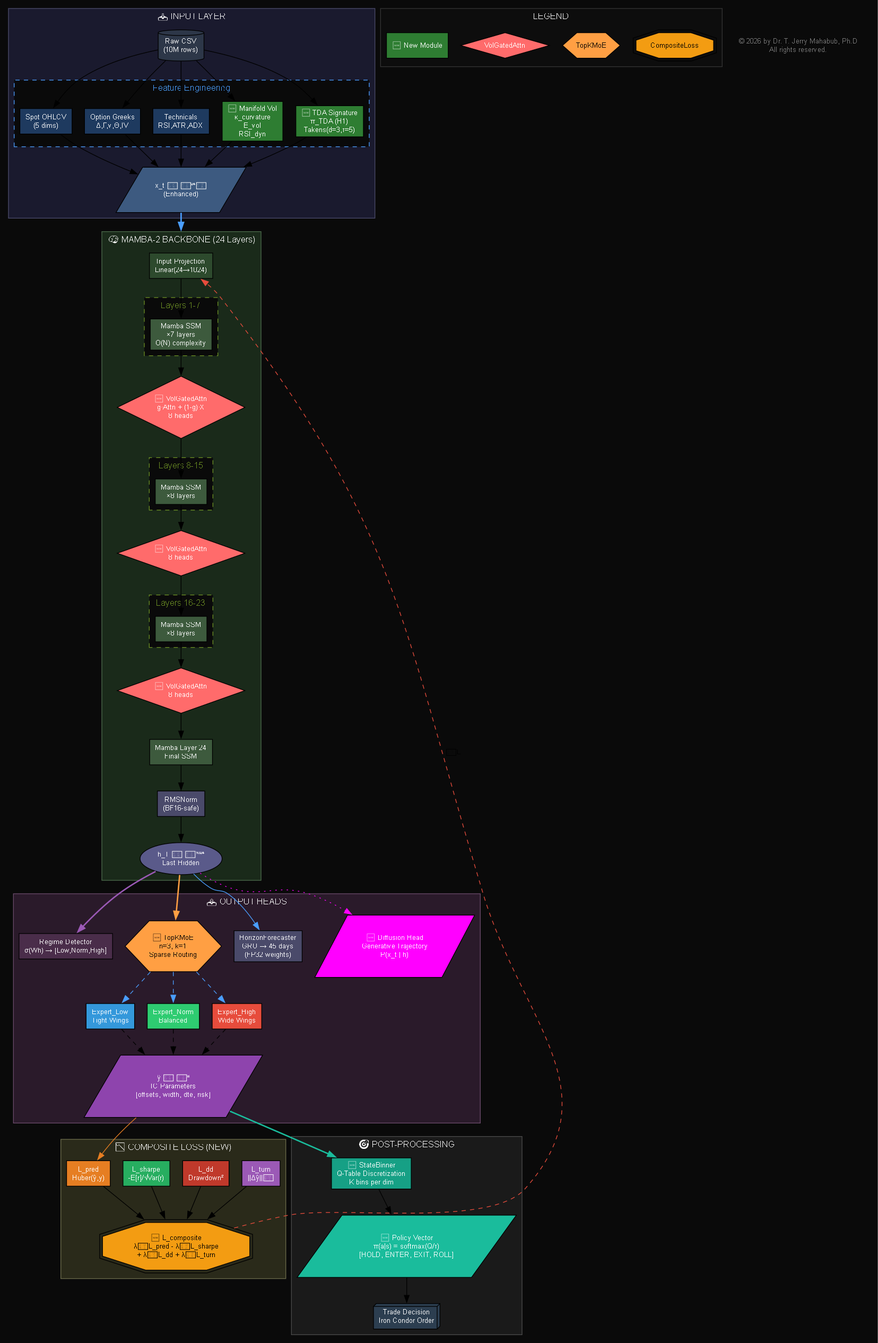
Earlier version of the Graphviz export docs/architecture/enhanced_architecture.png (trextrader/spy-iron-condor-trading). Its source is kept beside it as docs/architecture/enhanced_architecture.dot.
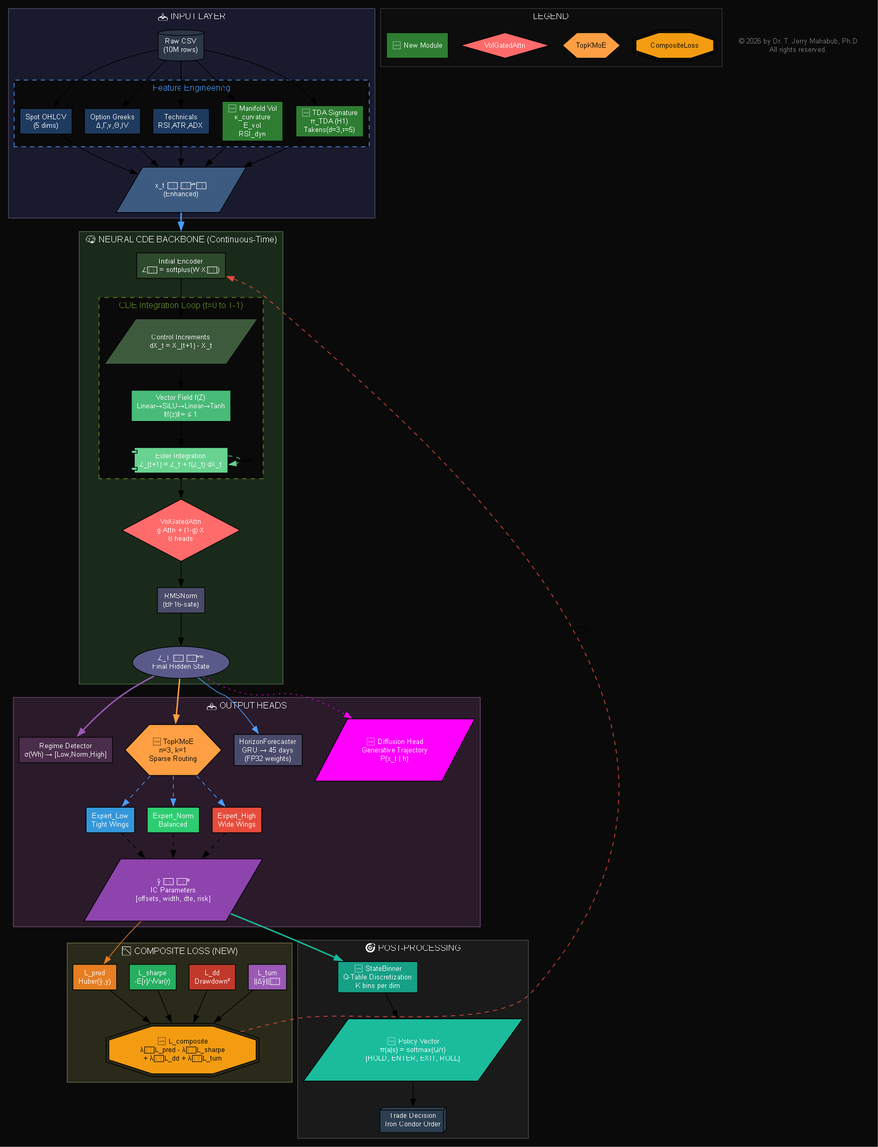
Above is the later version.

What changed in the source:
```diff
@@ -1,6 +1,6 @@
 /*
- * CondorBrain Enhanced Architecture (v2.2)
- * Technical Graphviz Diagram - Model Training Pipeline with Advanced Enhancements
+ * CondorBrain Enhanced Architecture (v3.0 - Neural CDE)
+ * Technical Graphviz Diagram - Model Training Pipeline with Neural CDE Backbone
  *
  * Compile: dot -Tpng enhanced_architecture.dot -o enhanced_architecture.png
  */
@@ -54,61 +54,39 @@
     }
 
     subgraph cluster_backbone {
-        label="🧠 MAMBA-2 BACKBONE (24 Layers)";
+        label="🧠 NEURAL CDE BACKBONE (Continuous-Time)";
         style=filled;
         fillcolor="#1a2a1a";
         fontcolor=white;
         color="#4a6a4a";
 
-        input_proj [label="Input Projection\nLinear(24→1024)", shape=box, fillcolor="#2d4a2d", style=filled, fontcolor=white];
+        init_encoder [label="Initial Encoder\nZ₀ = softplus(W·X₀)", shape=box, fillcolor="#2d4a2d", style=filled, fontcolor=white];
 
-        subgraph cluster_layers_1_7 {
-            label="Layers 1-7";
+        subgraph cluster_cde_loop {
+            label="CDE Integration Loop (t=0 to T-1)";
             style=dashed;
             color="#6b8e23";
             fontcolor="#6b8e23";
 
-            mamba_1_7 [label="Mamba SSM\n×7 layers\nO(N) complexity", shape=box, fillcolor="#3d5a3d", style=filled, fontcolor=white];
+            control_incr [label="Control Increments\ndX_t = X_{t+1} - X_t", shape=parallelogram, fillcolor="#3d5a3d", style=filled, fontcolor=white];
+
+            vec_field [label="Vector Field f(Z)\nLinear→SiLU→Linear→Tanh\n‖f(z)‖∞ ≤ 1", shape=box, fillcolor="#48bb78", style=filled, fontcolor=white];
+
+            euler_step [label="Euler Integration\nZ_{t+1} = Z_t + f(Z_t)·dX_t", shape=component, fillcolor="#68d391", style=filled, fontcolor=white];
         }
 
-        vol_attn_1 [label="🆕 VolGatedAttn\ng·Attn + (1-g)·X\n8 heads", shape=diamond, fillcolor="#ff6b6b", style=filled, fontcolor=white];
-
-        subgraph cluster_layers_8_15 {
-            label="Layers 8-15";
-            style=dashed;
-            color="#6b8e23";
-            fontcolor="#6b8e23";
-
-            mamba_8_15 [label="Mamba SSM\n×8 layers", shape=box, fillcolor="#3d5a3d", style=filled, fontcolor=white];
-        }
-
-        vol_attn_2 [label="🆕 VolGatedAttn\n8 heads", shape=diamond, fillcolor="#ff6b6b", style=filled, fontcolor=white];
-
-        subgraph cluster_layers_16_23 {
-            label="Layers 16-23";
-            style=dashed;
-            color="#6b8e23";
-            fontcolor="#6b8e23";
-
-            mamba_16_23 [label="Mamba SSM\n×8 layers", shape=box, fillcolor="#3d5a3d", style=filled, fontcolor=white];
-        }
-
-        vol_attn_3 [label="🆕 VolGatedAttn\n8 heads", shape=diamond, fillcolor="#ff6b6b", style=filled, fontcolor=white];
-
-        mamba_24 [label="Mamba Layer 24\nFinal SSM", shape=box, fillcolor="#3d5a3d", style=filled, fontcolor=white];
+        vol_attn_1 [label="VolGatedAttn\ng·Attn + (1-g)·X\n8 heads", shape=diamond, fillcolor="#ff6b6b", style=filled, fontcolor=white];
 
         rms_norm [label="RMSNorm\n(BF16-safe)", shape=box, fillcolor="#4a4a6a", style=filled, fontcolor=white];
 
-        last_hidden [label="h_T ∈ ℝ¹⁰²⁴\nLast Hidden", shape=ellipse, fillcolor="#5a5a8a", style=filled, fontcolor=white];
+        last_hidden [label="Z_T ∈ ℝ⁵¹²\nFinal Hidden State", shape=ellipse, fillcolor="#5a5a8a", style=filled, fontcolor=white];
 
-        input_proj -> mamba_1_7;
-        mamba_1_7 -> vol_attn_1;
-        vol_attn_1 -> mamba_8_15;
-        mamba_8_15 -> vol_attn_2;
-        vol_attn_2 -> mamba_16_23;
-        mamba_16_23 -> vol_attn_3;
-        vol_attn_3 -> mamba_24;
-        mamba_24 -> rms_norm;
+        init_encoder -> control_incr;
+        control_incr -> vec_field;
+        vec_field -> euler_step;
+        euler_step -> euler_step [label="loop", style=dashed, color="#68d391"];
+        euler_step -> vol_attn_1;
+        vol_attn_1 -> rms_norm;
         rms_norm -> last_hidden;
     }
 
@@ -178,14 +156,14 @@
         policy_output -> trade_decision;
     }
 
-    feature_vec -> input_proj [lhead=cluster_backbone, color="#4a9eff", penwidth=2];
+    feature_vec -> init_encoder [lhead=cluster_backbone, color="#4a9eff", penwidth=2];
     last_hidden -> regime_detector [color="#9b59b6", penwidth=2];
     last_hidden -> topk_moe [color="#ff9f43", penwidth=2];
     last_hidden -> horizon_forecast [color="#4a9eff"];
     last_hidden -> diffusion_head [color="#FF00FF", style=dotted];
     ic_params -> loss_pred [color="#e67e22"];
     ic_params -> state_binner [color="#1abc9c", penwidth=2];
-    composite_loss -> input_proj [label="∇L", style=dashed, color="#e74c3c", constraint=false];
+    composite_loss -> init_encoder [label="∇L", style=dashed, color="#e74c3c", constraint=false];
 
     subgraph cluster_legend {
         label="LEGEND";
```
